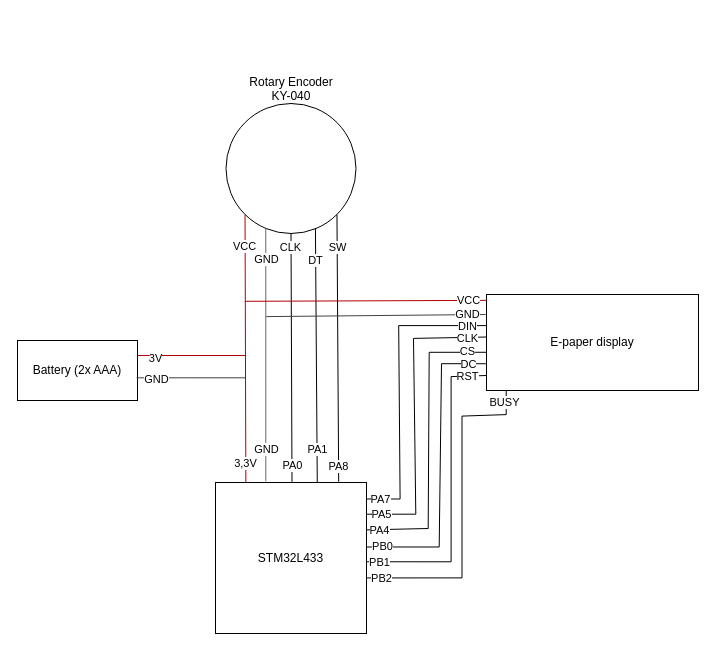
Argbin/golf-points-calculator keeps this draw.io diagram as connections_diagram/golf_points_calculator_diagram.drawio. Above is the earlier version. Source tidied: cells renumbered, new cells numbered last; positions are measured from the earlier drawing's top-left corner, leaving out a move shared by most shapes. Both pictures are drawn from the tidied source at 100%, with x=0, y=0 at pixel (17, 103).
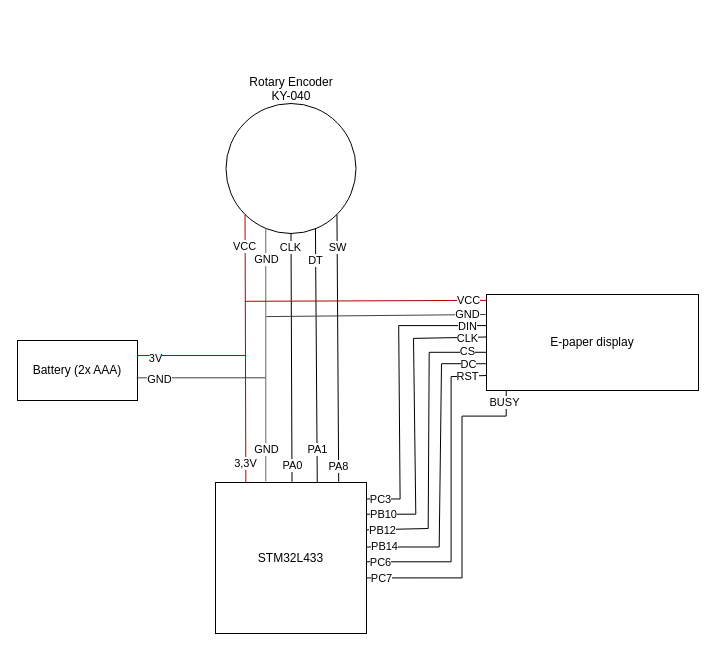
After the change.

Unchanged cells that the change refers to:
```xml
<mxCell id="17" value="STM32L433" style="whiteSpace=wrap;html=1;" parent="1" vertex="1">
  <mxGeometry x="198" y="379" width="151" height="151" as="geometry" />
</mxCell>
<mxCell id="19" value="E-paper display" style="rounded=0;whiteSpace=wrap;html=1;" parent="1" vertex="1">
  <mxGeometry x="469" y="191" width="212" height="96" as="geometry" />
</mxCell>
<mxCell id="24" style="endArrow=none;html=1;rounded=0;entryX=-0.001;entryY=0.324;entryDx=0;entryDy=0;entryPerimeter=0;exitX=1.002;exitY=0.109;exitDx=0;exitDy=0;exitPerimeter=0;" parent="1" edge="1" source="17" target="19">
  <mxGeometry relative="1" as="geometry">
    <Array as="points">
      <mxPoint x="382.6" y="395.5" />
      <mxPoint x="381.2" y="222.1" />
    </Array>
  </mxGeometry>
</mxCell>
<mxCell id="27" style="endArrow=none;html=1;rounded=0;entryX=-0.001;entryY=0.443;entryDx=0;entryDy=0;entryPerimeter=0;exitX=1.002;exitY=0.21;exitDx=0;exitDy=0;exitPerimeter=0;" parent="1" edge="1" source="17" target="19">
  <mxGeometry relative="1" as="geometry">
    <Array as="points">
      <mxPoint x="398.3" y="410.7" />
      <mxPoint x="396" y="234.9" />
    </Array>
  </mxGeometry>
</mxCell>
<mxCell id="30" style="endArrow=none;html=1;rounded=0;entryX=-0.001;entryY=0.602;entryDx=0;entryDy=0;entryPerimeter=0;exitX=0.999;exitY=0.314;exitDx=0;exitDy=0;exitPerimeter=0;" parent="1" edge="1" source="17" target="19">
  <mxGeometry relative="1" as="geometry">
    <Array as="points">
      <mxPoint x="410.7" y="425" />
      <mxPoint x="411.7" y="248.8" />
    </Array>
  </mxGeometry>
</mxCell>
<mxCell id="33" style="endArrow=none;html=1;rounded=0;entryX=-0.003;entryY=0.721;entryDx=0;entryDy=0;entryPerimeter=0;exitX=1.002;exitY=0.427;exitDx=0;exitDy=0;exitPerimeter=0;" parent="1" edge="1" source="17" target="19">
  <mxGeometry relative="1" as="geometry">
    <Array as="points">
      <mxPoint x="421.7" y="443.5" />
      <mxPoint x="424" y="260.2" />
    </Array>
  </mxGeometry>
</mxCell>
<mxCell id="36" style="endArrow=none;html=1;rounded=0;exitX=0.999;exitY=0.525;exitDx=0;exitDy=0;exitPerimeter=0;" parent="1" edge="1" source="17">
  <mxGeometry relative="1" as="geometry">
    <mxPoint x="469" y="272" as="targetPoint" />
    <Array as="points">
      <mxPoint x="433.6" y="458.3" />
      <mxPoint x="433.6" y="273.1" />
    </Array>
  </mxGeometry>
</mxCell>
<mxCell id="42" value="Battery (2x AAA)" style="rounded=0;whiteSpace=wrap;html=1;" parent="1" vertex="1">
  <mxGeometry y="237" width="120" height="60" as="geometry" />
</mxCell>
```

Change to the diagram source:
```diff
@@
-    <mxCell id="25" value="PA7" style="edgeLabel;html=1;align=center;verticalAlign=middle;" parent="24" vertex="1">
+    <mxCell id="25" value="PC3" style="edgeLabel;html=1;align=center;verticalAlign=middle;" parent="24" vertex="1">
       <mxGeometry x="-0.95" relative="1" as="geometry">
         <mxPoint x="6" as="offset" />
       </mxGeometry>
     </mxCell>
@@
-    <mxCell id="28" value="PA5" style="edgeLabel;html=1;align=center;verticalAlign=middle;" parent="27" vertex="1">
+    <mxCell id="28" value="PB10" style="edgeLabel;html=1;align=center;verticalAlign=middle;" parent="27" vertex="1">
       <mxGeometry x="-0.91" relative="1" as="geometry">
-        <mxPoint x="1" as="offset" />
+        <mxPoint x="3" as="offset" />
       </mxGeometry>
     </mxCell>
@@
-    <mxCell id="31" value="PA4" style="edgeLabel;html=1;align=center;verticalAlign=middle;" parent="30" vertex="1">
-      <mxGeometry x="-0.91" relative="1" as="geometry" />
+    <mxCell id="31" value="PB12" style="edgeLabel;html=1;align=center;verticalAlign=middle;" parent="30" vertex="1">
+      <mxGeometry x="-0.91" relative="1" as="geometry">
+        <mxPoint x="3" as="offset" />
+      </mxGeometry>
     </mxCell>
@@
-    <mxCell id="35" value="PB0" style="edgeLabel;html=1;align=center;verticalAlign=middle;" parent="33" vertex="1">
+    <mxCell id="35" value="PB14" style="edgeLabel;html=1;align=center;verticalAlign=middle;" parent="33" vertex="1">
       <mxGeometry x="-0.93" y="1" relative="1" as="geometry">
-        <mxPoint x="4" as="offset" />
+        <mxPoint x="6" as="offset" />
       </mxGeometry>
     </mxCell>
@@
-    <mxCell id="37" value="PB1" style="edgeLabel;html=1;align=center;verticalAlign=middle;" parent="36" vertex="1">
+    <mxCell id="37" value="PC6" style="edgeLabel;html=1;align=center;verticalAlign=middle;" parent="36" vertex="1">
       <mxGeometry x="-0.9" relative="1" as="geometry">
-        <mxPoint x="-2" as="offset" />
+        <mxPoint x="-1" as="offset" />
       </mxGeometry>
     </mxCell>
@@
     <mxCell id="39" style="endArrow=none;html=1;rounded=0;exitX=1.002;exitY=0.632;exitDx=0;exitDy=0;exitPerimeter=0;entryX=0.093;entryY=0.999;entryDx=0;entryDy=0;entryPerimeter=0;" parent="1" edge="1" source="17" target="19">
       <mxGeometry relative="1" as="geometry">
         <Array as="points">
           <mxPoint x="444.5" y="474.4" />
           <mxPoint x="444.5" y="312.6" />
-          <mxPoint x="488.7" y="311.1" />
+          <mxPoint x="488.7" y="312.6" />
         </Array>
       </mxGeometry>
     </mxCell>
@@
-    <mxCell id="41" value="PB2" style="edgeLabel;html=1;align=center;verticalAlign=middle;" parent="39" vertex="1">
+    <mxCell id="41" value="PC7" style="edgeLabel;html=1;align=center;verticalAlign=middle;" parent="39" vertex="1">
       <mxGeometry x="-0.92" relative="1" as="geometry">
         <mxPoint x="1" as="offset" />
       </mxGeometry>
     </mxCell>
@@
     <mxCell id="45" style="endArrow=none;html=1;rounded=0;exitX=0.993;exitY=0.622;exitDx=0;exitDy=0;exitPerimeter=0;strokeColor=#424242;" parent="1" edge="1" source="42">
       <mxGeometry relative="1" as="geometry">
-        <mxPoint x="227.5" y="274.3" as="targetPoint" />
+        <mxPoint x="248" y="274.3" as="targetPoint" />
       </mxGeometry>
     </mxCell>
```
